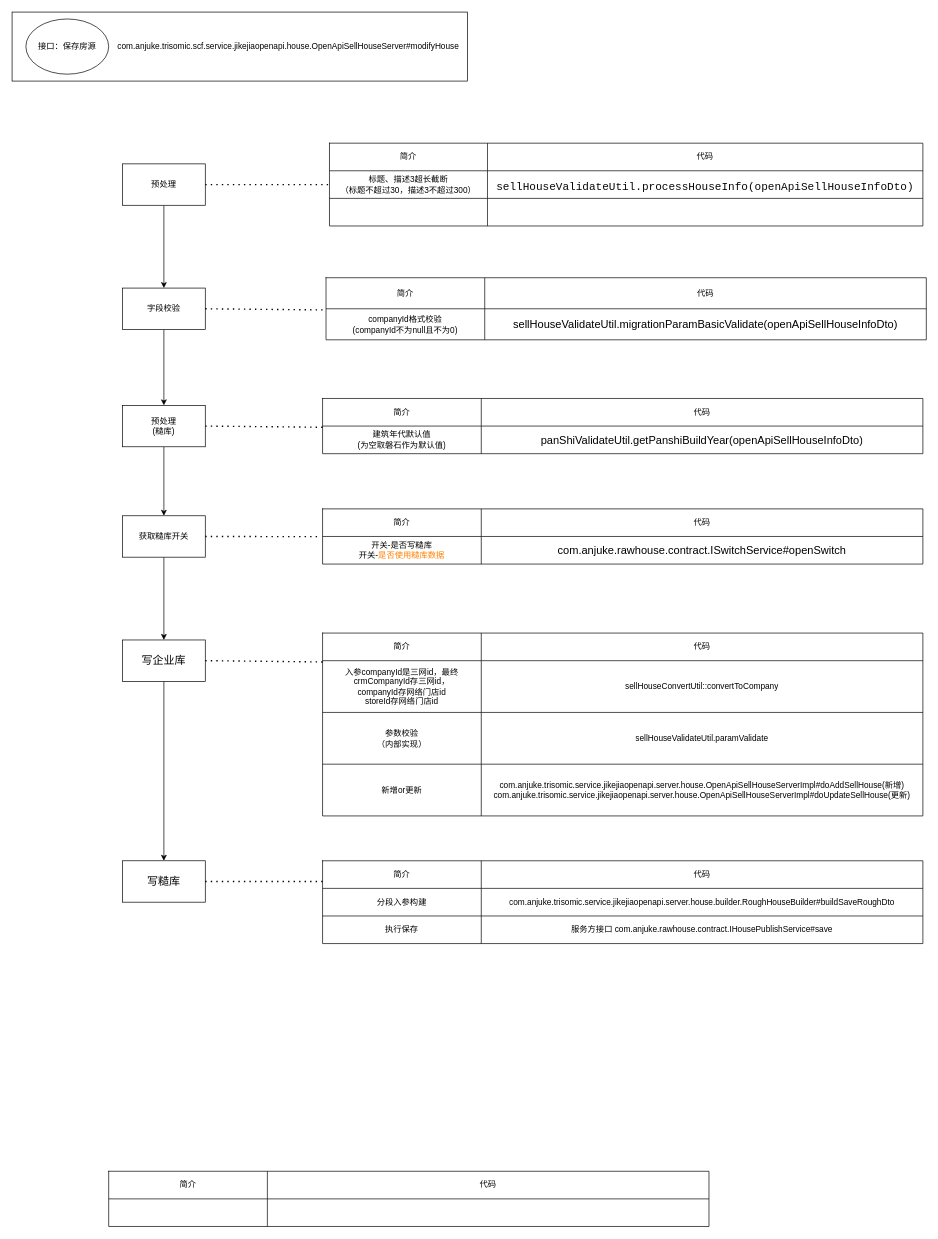
The draw.io diagram page "jikejiaopenapi保存房源" (2 of 3) of sku数据同步.drawio in guyukou/drawio, before the edit. Source tidied: cells renumbered, new cells numbered last; positions are measured from the earlier drawing's top-left corner, leaving out a move shared by most shapes. Both pictures are drawn from the tidied source at 69%, with x=0, y=0 at pixel (12, 12).
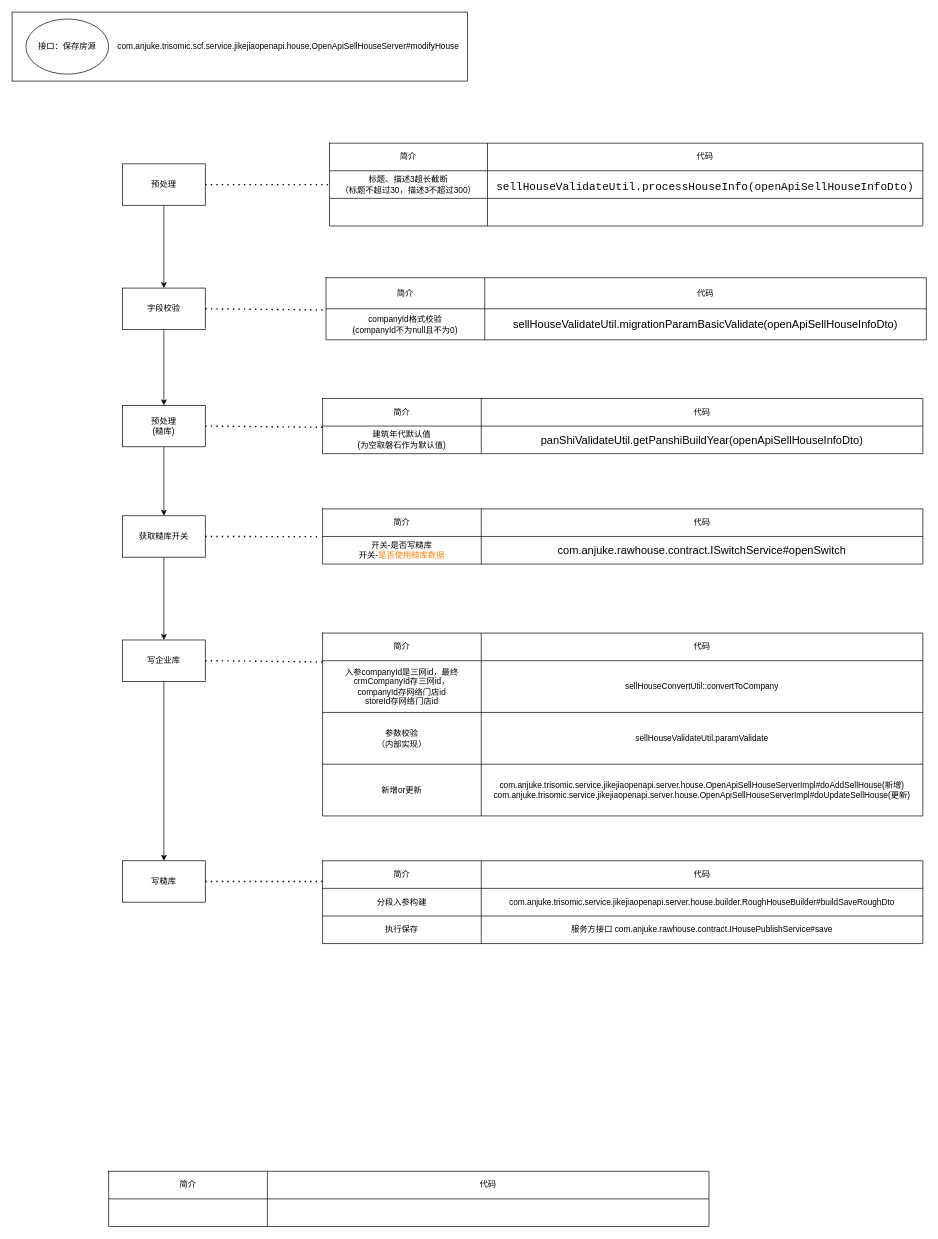
After the change.

The edit, as a diff of the source:
```diff
@@
-    <mxCell id="56" value="&lt;font&gt;写企业库&lt;/font&gt;" style="rounded=0;whiteSpace=wrap;html=1;fontSize=16;fontColor=#000000;" parent="1" vertex="1">
+    <mxCell id="56" value="&lt;font style=&quot;font-size: 12px;&quot;&gt;写企业库&lt;/font&gt;" style="rounded=0;whiteSpace=wrap;html=1;fontSize=12;fontColor=#000000;" parent="1" vertex="1">
       <mxGeometry x="160" y="910" width="120" height="60" as="geometry" />
     </mxCell>
@@
-    <mxCell id="71" value="写糙库" style="whiteSpace=wrap;html=1;fontSize=16;fontColor=#000000;rounded=0;" parent="1" vertex="1">
+    <mxCell id="71" value="写糙库" style="whiteSpace=wrap;html=1;fontSize=12;fontColor=#000000;rounded=0;" parent="1" vertex="1">
       <mxGeometry x="160" y="1230" width="120" height="60" as="geometry" />
     </mxCell>
```
